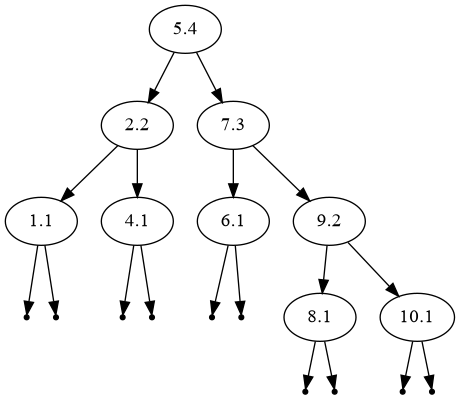
Above: lab_06/avl.png in Yorlend/TaDS (Graphviz), before the change. Its source is kept beside it as lab_06/avl.dot. Source of this version:
```dot
digraph g {
    5.4 -> 2.2;
    2.2 -> 1.1;
    null10 [shape=point];
    1.1 -> null10;
    null11 [shape=point];
    1.1 -> null11;
    2.2 -> 4.1;
    null12 [shape=point];
    4.1 -> null12;
    null13 [shape=point];
    4.1 -> null13;
    5.4 -> 7.3;
    7.3 -> 6.1;
    null14 [shape=point];
    6.1 -> null14;
    null15 [shape=point];
    6.1 -> null15;
    7.3 -> 9.2;
    9.2 -> 8.1;
    null16 [shape=point];
    8.1 -> null16;
    null17 [shape=point];
    8.1 -> null17;
    9.2 -> 10.1;
    null18 [shape=point];
    10.1 -> null18;
    null19 [shape=point];
    10.1 -> null19;
}
```
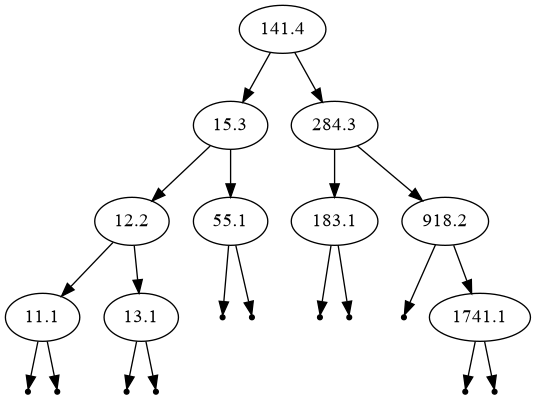
Later version of the same file.

Change to the diagram source:
```diff
@@ -1,30 +1,33 @@
 digraph g {
-    5.4 -> 2.2;
-    2.2 -> 1.1;
-    null10 [shape=point];
-    1.1 -> null10;
-    null11 [shape=point];
-    1.1 -> null11;
-    2.2 -> 4.1;
-    null12 [shape=point];
-    4.1 -> null12;
-    null13 [shape=point];
-    4.1 -> null13;
-    5.4 -> 7.3;
-    7.3 -> 6.1;
-    null14 [shape=point];
-    6.1 -> null14;
-    null15 [shape=point];
-    6.1 -> null15;
-    7.3 -> 9.2;
-    9.2 -> 8.1;
-    null16 [shape=point];
-    8.1 -> null16;
-    null17 [shape=point];
-    8.1 -> null17;
-    9.2 -> 10.1;
-    null18 [shape=point];
-    10.1 -> null18;
-    null19 [shape=point];
-    10.1 -> null19;
+    141.4 -> 15.3;
+    15.3 -> 12.2;
+    12.2 -> 11.1;
+    null35 [shape=point];
+    11.1 -> null35;
+    null36 [shape=point];
+    11.1 -> null36;
+    12.2 -> 13.1;
+    null37 [shape=point];
+    13.1 -> null37;
+    null38 [shape=point];
+    13.1 -> null38;
+    15.3 -> 55.1;
+    null39 [shape=point];
+    55.1 -> null39;
+    null40 [shape=point];
+    55.1 -> null40;
+    141.4 -> 284.3;
+    284.3 -> 183.1;
+    null41 [shape=point];
+    183.1 -> null41;
+    null42 [shape=point];
+    183.1 -> null42;
+    284.3 -> 918.2;
+    null43 [shape=point];
+    918.2 -> null43;
+    918.2 -> 1741.1;
+    null44 [shape=point];
+    1741.1 -> null44;
+    null45 [shape=point];
+    1741.1 -> null45;
 }
```
